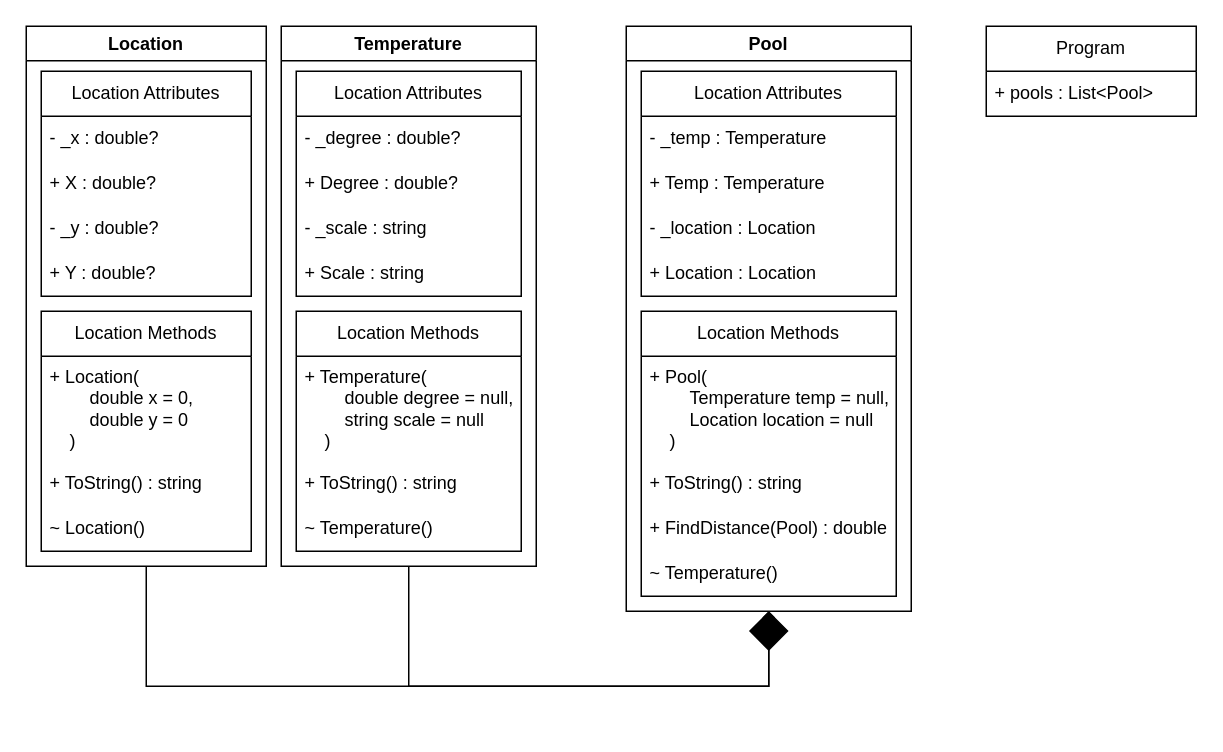
Earlier version of the draw.io diagram FinalUML.drawio (pixelatedknight27/ECE2310FinalProject). Source tidied: cells renumbered, new cells numbered last; positions are measured from the earlier drawing's top-left corner, leaving out a move shared by most shapes. Both pictures are drawn from the tidied source at 150%, with x=0, y=0 at pixel (26, 26).
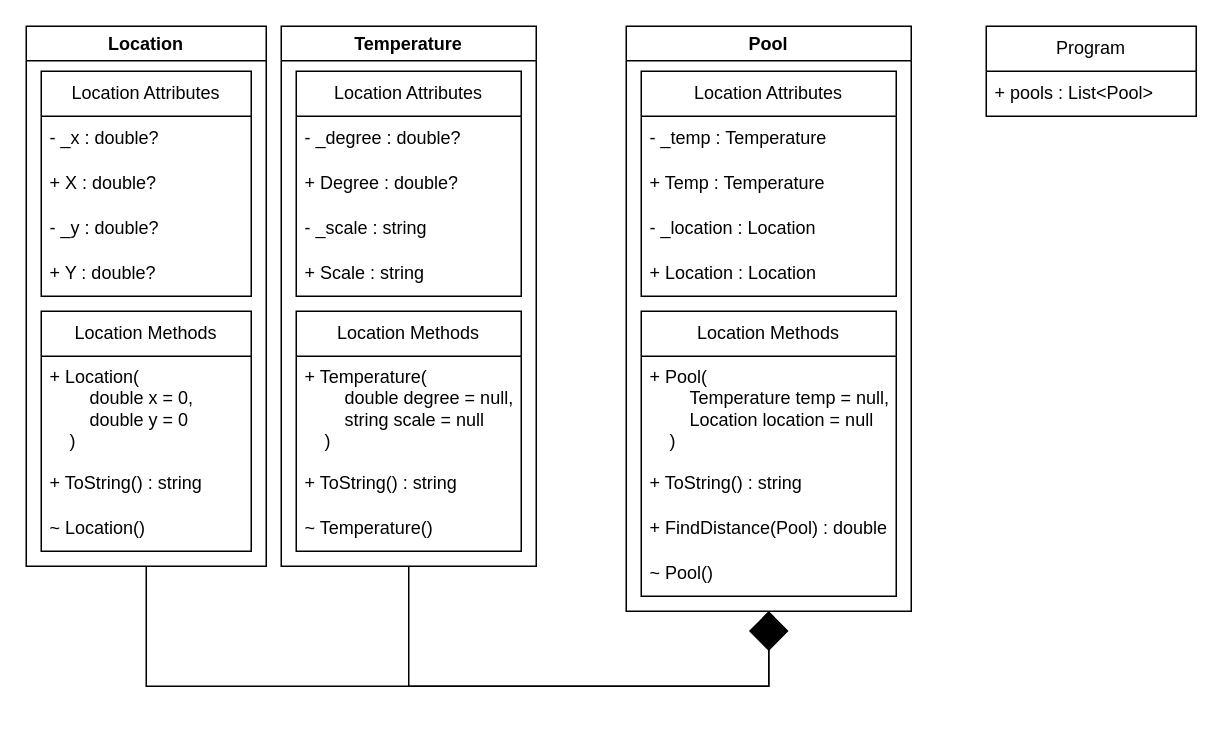
The same page after the edit.

Unchanged cells that the change refers to:
```xml
<mxCell id="29" value="Location Methods" style="swimlane;fontStyle=0;horizontal=1;startSize=30;whiteSpace=wrap;html=1;" parent="23" vertex="1">
  <mxGeometry x="10" y="190" width="170" height="190" as="geometry" />
</mxCell>
```

What changed in the source:
```diff
@@
-    <mxCell id="33" value="~ Temperature()" style="text;strokeColor=none;fillColor=none;align=left;verticalAlign=middle;spacingLeft=4;spacingRight=4;overflow=hidden;whiteSpace=wrap;html=1;" parent="29" vertex="1">
+    <mxCell id="33" value="~ Pool()" style="text;strokeColor=none;fillColor=none;align=left;verticalAlign=middle;spacingLeft=4;spacingRight=4;overflow=hidden;whiteSpace=wrap;html=1;" parent="29" vertex="1">
       <mxGeometry y="160" width="170" height="30" as="geometry" />
     </mxCell>
```
